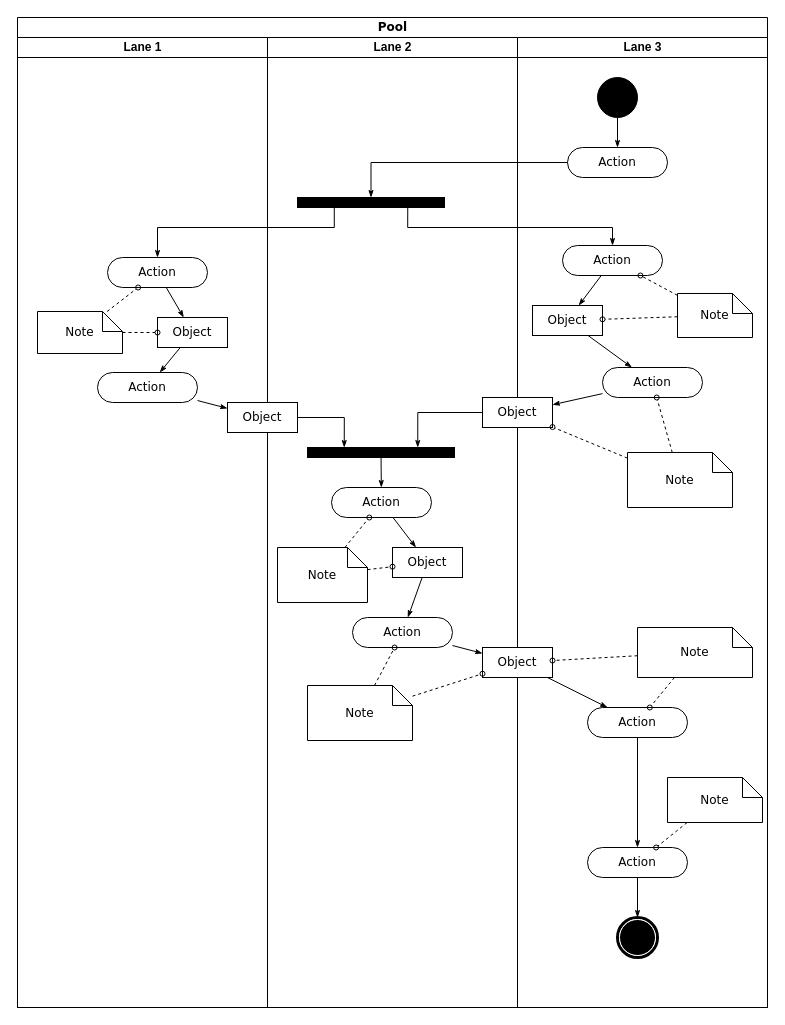
This is Untitled Diagram.drawio from davidkirchknopf/dawinD, a draw.io file, before an edit. Source tidied: cells renumbered, new cells numbered last; positions are measured from the earlier drawing's top-left corner, leaving out a move shared by most shapes. Both pictures are drawn from the tidied source at 100%, with x=0, y=0 at pixel (17, 17).
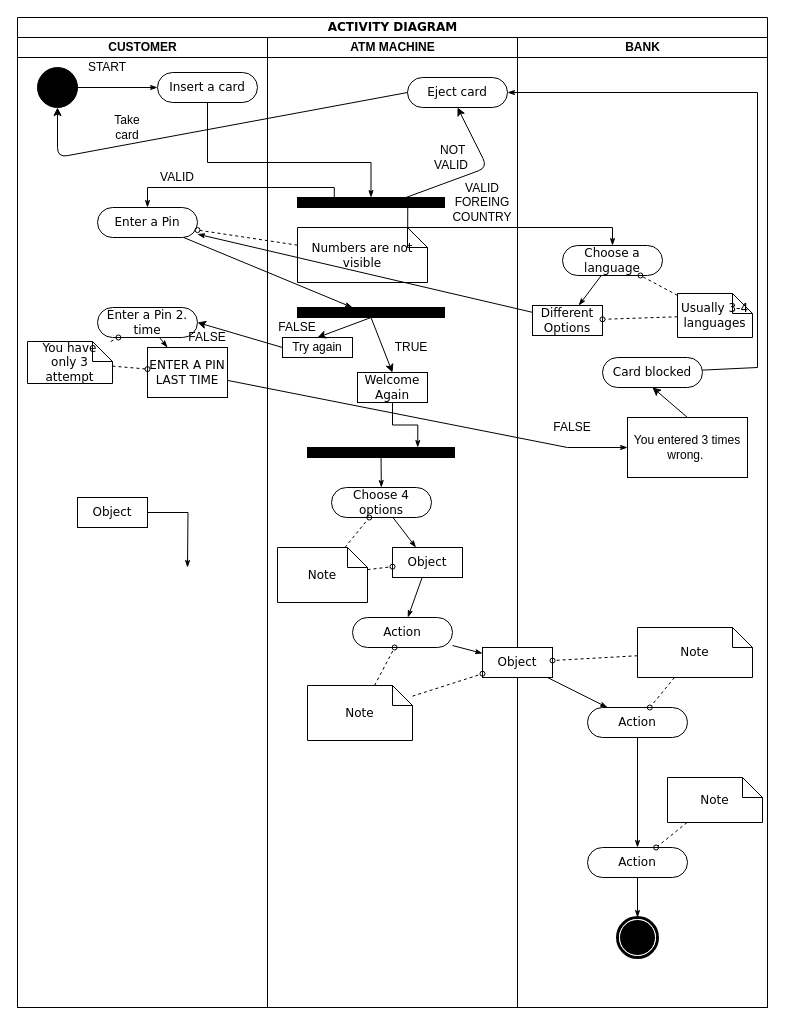
After the change.

The change refers to these unchanged cells:
```xml
<mxCell id="13" style="whiteSpace=wrap;html=1;rounded=0;shadow=0;comic=0;labelBackgroundColor=none;strokeWidth=1;fillColor=#000000;fontFamily=Verdana;fontSize=12;align=center;rotation=0;" parent="12" vertex="1">
  <mxGeometry x="30" y="160" width="147" height="10" as="geometry" />
</mxCell>
<mxCell id="17" style="whiteSpace=wrap;html=1;rounded=0;shadow=0;comic=0;labelBackgroundColor=none;strokeWidth=1;fillColor=#000000;fontFamily=Verdana;fontSize=12;align=center;rotation=0;" parent="12" vertex="1">
  <mxGeometry x="40" y="410" width="147" height="10" as="geometry" />
</mxCell>
```

Change to the diagram source:
```diff
@@
-    <mxCell id="2" value="Pool" style="swimlane;html=1;startSize=20;rounded=0;shadow=0;comic=0;labelBackgroundColor=none;strokeWidth=1;fontFamily=Verdana;fontSize=12;align=center;" parent="1" vertex="1">
+    <mxCell id="2" value="ACTIVITY DIAGRAM" style="swimlane;html=1;startSize=20;rounded=0;shadow=0;comic=0;labelBackgroundColor=none;strokeWidth=1;fontFamily=Verdana;fontSize=12;align=center;" parent="1" vertex="1">
       <mxGeometry width="750" height="990" as="geometry" />
     </mxCell>
-    <mxCell id="3" value="Lane 1" style="swimlane;html=1;startSize=20;" parent="2" vertex="1">
+    <mxCell id="3" value="CUSTOMER" style="swimlane;html=1;startSize=20;" parent="2" vertex="1">
       <mxGeometry y="20" width="250" height="970" as="geometry" />
     </mxCell>
@@
-    <mxCell id="5" value="Action" style="rounded=1;whiteSpace=wrap;html=1;shadow=0;comic=0;labelBackgroundColor=none;strokeWidth=1;fontFamily=Verdana;fontSize=12;align=center;arcSize=50;" parent="3" vertex="1">
-      <mxGeometry x="90" y="220" width="100" height="30" as="geometry" />
+    <mxCell id="5" value="Enter a Pin 2. time" style="rounded=1;whiteSpace=wrap;html=1;shadow=0;comic=0;labelBackgroundColor=none;strokeWidth=1;fontFamily=Verdana;fontSize=12;align=center;arcSize=50;" parent="3" vertex="1">
+      <mxGeometry x="80" y="270" width="100" height="30" as="geometry" />
     </mxCell>
-    <mxCell id="6" value="Action" style="rounded=1;whiteSpace=wrap;html=1;shadow=0;comic=0;labelBackgroundColor=none;strokeWidth=1;fontFamily=Verdana;fontSize=12;align=center;arcSize=50;" parent="3" vertex="1">
-      <mxGeometry x="80" y="335" width="100" height="30" as="geometry" />
-    </mxCell>
-    <mxCell id="7" style="edgeStyle=none;rounded=0;html=1;labelBackgroundColor=none;startArrow=none;startFill=0;startSize=5;endArrow=classicThin;endFill=1;endSize=5;jettySize=auto;strokeWidth=1;fontFamily=Verdana;fontSize=12;" parent="3" edge="1" source="8" target="6">
-      <mxGeometry relative="1" as="geometry" />
-    </mxCell>
-    <mxCell id="8" value="Object" style="rounded=0;whiteSpace=wrap;html=1;shadow=0;comic=0;labelBackgroundColor=none;strokeWidth=1;fontFamily=Verdana;fontSize=12;align=center;arcSize=50;" parent="3" vertex="1">
-      <mxGeometry x="140" y="280" width="70" height="30" as="geometry" />
+    <mxCell id="8" value="ENTER A PIN LAST TIME" style="rounded=0;whiteSpace=wrap;html=1;shadow=0;comic=0;labelBackgroundColor=none;strokeWidth=1;fontFamily=Verdana;fontSize=12;align=center;arcSize=50;" parent="3" vertex="1">
+      <mxGeometry x="130" y="310" width="80" height="50" as="geometry" />
     </mxCell>
@@
-    <mxCell id="11" value="Note" style="shape=note;whiteSpace=wrap;html=1;rounded=0;shadow=0;comic=0;labelBackgroundColor=none;strokeWidth=1;fontFamily=Verdana;fontSize=12;align=center;size=20;" parent="3" vertex="1">
-      <mxGeometry x="20" y="274" width="85" height="42" as="geometry" />
+    <mxCell id="11" value="You have only 3 attempt" style="shape=note;whiteSpace=wrap;html=1;rounded=0;shadow=0;comic=0;labelBackgroundColor=none;strokeWidth=1;fontFamily=Verdana;fontSize=12;align=center;size=20;" parent="3" vertex="1">
+      <mxGeometry x="10" y="304" width="85" height="42" as="geometry" />
     </mxCell>
+    <mxCell id="30" style="ellipse;whiteSpace=wrap;html=1;rounded=0;shadow=0;comic=0;labelBackgroundColor=none;strokeWidth=1;fillColor=#000000;fontFamily=Verdana;fontSize=12;align=center;" parent="3" vertex="1">
+      <mxGeometry x="20" y="30" width="40" height="40" as="geometry" />
+    </mxCell>
+    <mxCell id="31" value="Insert a card" style="rounded=1;whiteSpace=wrap;html=1;shadow=0;comic=0;labelBackgroundColor=none;strokeWidth=1;fontFamily=Verdana;fontSize=12;align=center;arcSize=50;" parent="3" vertex="1">
+      <mxGeometry x="140" y="35" width="100" height="30" as="geometry" />
+    </mxCell>
+    <mxCell id="29" style="edgeStyle=orthogonalEdgeStyle;rounded=0;html=1;labelBackgroundColor=none;startArrow=none;startFill=0;startSize=5;endArrow=classicThin;endFill=1;endSize=5;jettySize=auto;strokeWidth=1;fontFamily=Verdana;fontSize=12;" parent="3" edge="1" source="30" target="31">
+      <mxGeometry relative="1" as="geometry" />
+    </mxCell>
+    <mxCell id="64" value="Take card" style="text;html=1;strokeColor=none;fillColor=none;align=center;verticalAlign=middle;whiteSpace=wrap;rounded=0;" parent="3" vertex="1">
+      <mxGeometry x="90" y="80" width="40" height="20" as="geometry" />
+    </mxCell>
+    <mxCell id="35" value="Enter a Pin" style="rounded=1;whiteSpace=wrap;html=1;shadow=0;comic=0;labelBackgroundColor=none;strokeWidth=1;fontFamily=Verdana;fontSize=12;align=center;arcSize=50;" parent="3" vertex="1">
+      <mxGeometry x="80" y="170" width="100" height="30" as="geometry" />
+    </mxCell>
+    <mxCell id="65" value="VALID" style="text;html=1;strokeColor=none;fillColor=none;align=center;verticalAlign=middle;whiteSpace=wrap;rounded=0;" parent="3" vertex="1">
+      <mxGeometry x="140" y="130" width="40" height="20" as="geometry" />
+    </mxCell>
+    <mxCell id="66" value="FALSE" style="text;html=1;strokeColor=none;fillColor=none;align=center;verticalAlign=middle;whiteSpace=wrap;rounded=0;" parent="3" vertex="1">
+      <mxGeometry x="170" y="290" width="40" height="20" as="geometry" />
+    </mxCell>
+    <mxCell id="67" value="START" style="text;html=1;strokeColor=none;fillColor=none;align=center;verticalAlign=middle;whiteSpace=wrap;rounded=0;" parent="3" vertex="1">
+      <mxGeometry x="70" y="20" width="40" height="20" as="geometry" />
+    </mxCell>
+    <mxCell id="19" value="Object" style="rounded=0;whiteSpace=wrap;html=1;shadow=0;comic=0;labelBackgroundColor=none;strokeWidth=1;fontFamily=Verdana;fontSize=12;align=center;arcSize=50;" parent="3" vertex="1">
+      <mxGeometry x="60" y="460" width="70" height="30" as="geometry" />
+    </mxCell>
-    <mxCell id="12" value="Lane 2" style="swimlane;html=1;startSize=20;" parent="2" vertex="1">
+    <mxCell id="12" value="ATM MACHINE" style="swimlane;html=1;startSize=20;" parent="2" vertex="1">
       <mxGeometry x="250" y="20" width="250" height="970" as="geometry" />
     </mxCell>
@@
-    <mxCell id="15" value="Action" style="rounded=1;whiteSpace=wrap;html=1;shadow=0;comic=0;labelBackgroundColor=none;strokeWidth=1;fontFamily=Verdana;fontSize=12;align=center;arcSize=50;" parent="12" vertex="1">
+    <mxCell id="15" value="Choose 4 options" style="rounded=1;whiteSpace=wrap;html=1;shadow=0;comic=0;labelBackgroundColor=none;strokeWidth=1;fontFamily=Verdana;fontSize=12;align=center;arcSize=50;" parent="12" vertex="1">
       <mxGeometry x="64" y="450" width="100" height="30" as="geometry" />
     </mxCell>
@@
-    <mxCell id="18" style="edgeStyle=orthogonalEdgeStyle;rounded=0;html=1;entryX=0.25;entryY=0;labelBackgroundColor=none;startArrow=none;startFill=0;startSize=5;endArrow=classicThin;endFill=1;endSize=5;jettySize=auto;strokeWidth=1;fontFamily=Verdana;fontSize=12;" parent="12" edge="1" source="19" target="17">
-      <mxGeometry relative="1" as="geometry" />
-    </mxCell>
-    <mxCell id="19" value="Object" style="rounded=0;whiteSpace=wrap;html=1;shadow=0;comic=0;labelBackgroundColor=none;strokeWidth=1;fontFamily=Verdana;fontSize=12;align=center;arcSize=50;" parent="12" vertex="1">
-      <mxGeometry x="-40" y="365" width="70" height="30" as="geometry" />
-    </mxCell>
@@
+    <mxCell id="68" value="&amp;nbsp;NOT VALID" style="text;html=1;strokeColor=none;fillColor=none;align=center;verticalAlign=middle;whiteSpace=wrap;rounded=0;" parent="12" vertex="1">
+      <mxGeometry x="164" y="110" width="40" height="20" as="geometry" />
+    </mxCell>
+    <mxCell id="69" value="Eject card" style="rounded=1;whiteSpace=wrap;html=1;shadow=0;comic=0;labelBackgroundColor=none;strokeWidth=1;fontFamily=Verdana;fontSize=12;align=center;arcSize=50;" parent="12" vertex="1">
+      <mxGeometry x="140" y="40" width="100" height="30" as="geometry" />
+    </mxCell>
+    <mxCell id="70" style="endArrow=classic;html=1;entryX=0.5;entryY=1;entryDx=0;entryDy=0;exitX=0.701;exitY=0.2;exitDx=0;exitDy=0;exitPerimeter=0;" parent="12" edge="1" source="13" target="69">
+      <mxGeometry relative="1" as="geometry">
+        <Array as="points">
+          <mxPoint x="220" y="130" />
+        </Array>
+      </mxGeometry>
+    </mxCell>
+    <mxCell id="71" value="VALID FOREING COUNTRY" style="text;html=1;strokeColor=none;fillColor=none;align=center;verticalAlign=middle;whiteSpace=wrap;rounded=0;" parent="12" vertex="1">
+      <mxGeometry x="195" y="155" width="40" height="20" as="geometry" />
+    </mxCell>
+    <mxCell id="38" value="Welcome Again" style="rounded=0;whiteSpace=wrap;html=1;shadow=0;comic=0;labelBackgroundColor=none;strokeWidth=1;fontFamily=Verdana;fontSize=12;align=center;arcSize=50;" parent="12" vertex="1">
+      <mxGeometry x="90" y="335" width="70" height="30" as="geometry" />
+    </mxCell>
+    <mxCell id="60" style="edgeStyle=orthogonalEdgeStyle;rounded=0;html=1;entryX=0.75;entryY=0;labelBackgroundColor=none;startArrow=none;startFill=0;startSize=5;endArrow=classicThin;endFill=1;endSize=5;jettySize=auto;strokeWidth=1;fontFamily=Verdana;fontSize=12;" parent="12" edge="1" source="38" target="17">
+      <mxGeometry relative="1" as="geometry" />
+    </mxCell>
+    <mxCell id="51" value="Numbers are not visible" style="shape=note;whiteSpace=wrap;html=1;rounded=0;shadow=0;comic=0;labelBackgroundColor=none;strokeWidth=1;fontFamily=Verdana;fontSize=12;align=center;size=20;" parent="12" vertex="1">
+      <mxGeometry x="30" y="190" width="130" height="55" as="geometry" />
+    </mxCell>
+    <mxCell id="72" style="whiteSpace=wrap;html=1;rounded=0;shadow=0;comic=0;labelBackgroundColor=none;strokeWidth=1;fillColor=#000000;fontFamily=Verdana;fontSize=12;align=center;rotation=0;" parent="12" vertex="1">
+      <mxGeometry x="30" y="270" width="147" height="10" as="geometry" />
+    </mxCell>
+    <mxCell id="73" value="Try again" style="rounded=0;whiteSpace=wrap;html=1;" parent="12" vertex="1">
+      <mxGeometry x="15" y="300" width="70" height="20" as="geometry" />
+    </mxCell>
+    <mxCell id="74" style="endArrow=classic;html=1;exitX=0.5;exitY=1;exitDx=0;exitDy=0;entryX=0.5;entryY=0;entryDx=0;entryDy=0;" parent="12" edge="1" source="72" target="73">
+      <mxGeometry relative="1" as="geometry" />
+    </mxCell>
+    <mxCell id="75" value="FALSE" style="text;html=1;strokeColor=none;fillColor=none;align=center;verticalAlign=middle;whiteSpace=wrap;rounded=0;" parent="12" vertex="1">
+      <mxGeometry x="10" y="280" width="40" height="20" as="geometry" />
+    </mxCell>
+    <mxCell id="76" style="endArrow=classic;html=1;exitX=0.5;exitY=1;exitDx=0;exitDy=0;entryX=0.5;entryY=0;entryDx=0;entryDy=0;" parent="12" edge="1" source="72" target="38">
+      <mxGeometry relative="1" as="geometry" />
+    </mxCell>
+    <mxCell id="77" value="TRUE" style="text;html=1;strokeColor=none;fillColor=none;align=center;verticalAlign=middle;whiteSpace=wrap;rounded=0;" parent="12" vertex="1">
+      <mxGeometry x="124" y="300" width="40" height="20" as="geometry" />
+    </mxCell>
-    <mxCell id="28" value="Lane 3" style="swimlane;html=1;startSize=20;" parent="2" vertex="1">
+    <mxCell id="28" value="BANK" style="swimlane;html=1;startSize=20;" parent="2" vertex="1">
       <mxGeometry x="500" y="20" width="250" height="970" as="geometry" />
     </mxCell>
-    <mxCell id="29" style="edgeStyle=orthogonalEdgeStyle;rounded=0;html=1;labelBackgroundColor=none;startArrow=none;startFill=0;startSize=5;endArrow=classicThin;endFill=1;endSize=5;jettySize=auto;strokeWidth=1;fontFamily=Verdana;fontSize=12;" parent="28" edge="1" source="30" target="31">
-      <mxGeometry relative="1" as="geometry" />
-    </mxCell>
-    <mxCell id="30" style="ellipse;whiteSpace=wrap;html=1;rounded=0;shadow=0;comic=0;labelBackgroundColor=none;strokeWidth=1;fillColor=#000000;fontFamily=Verdana;fontSize=12;align=center;" parent="28" vertex="1">
-      <mxGeometry x="80" y="40" width="40" height="40" as="geometry" />
-    </mxCell>
-    <mxCell id="31" value="Action" style="rounded=1;whiteSpace=wrap;html=1;shadow=0;comic=0;labelBackgroundColor=none;strokeWidth=1;fontFamily=Verdana;fontSize=12;align=center;arcSize=50;" parent="28" vertex="1">
-      <mxGeometry x="50" y="110" width="100" height="30" as="geometry" />
-    </mxCell>
@@
-    <mxCell id="33" value="Action" style="rounded=1;whiteSpace=wrap;html=1;shadow=0;comic=0;labelBackgroundColor=none;strokeWidth=1;fontFamily=Verdana;fontSize=12;align=center;arcSize=50;" parent="28" vertex="1">
+    <mxCell id="33" value="Choose a language" style="rounded=1;whiteSpace=wrap;html=1;shadow=0;comic=0;labelBackgroundColor=none;strokeWidth=1;fontFamily=Verdana;fontSize=12;align=center;arcSize=50;" parent="28" vertex="1">
       <mxGeometry x="45" y="208" width="100" height="30" as="geometry" />
     </mxCell>
-    <mxCell id="34" style="edgeStyle=none;rounded=0;html=1;labelBackgroundColor=none;startArrow=none;startFill=0;startSize=5;endArrow=classicThin;endFill=1;endSize=5;jettySize=auto;strokeWidth=1;fontFamily=Verdana;fontSize=12;" parent="28" edge="1" source="35" target="38">
-      <mxGeometry relative="1" as="geometry" />
-    </mxCell>
-    <mxCell id="35" value="Action" style="rounded=1;whiteSpace=wrap;html=1;shadow=0;comic=0;labelBackgroundColor=none;strokeWidth=1;fontFamily=Verdana;fontSize=12;align=center;arcSize=50;" parent="28" vertex="1">
-      <mxGeometry x="85" y="330" width="100" height="30" as="geometry" />
-    </mxCell>
-    <mxCell id="36" style="edgeStyle=none;rounded=0;html=1;labelBackgroundColor=none;startArrow=none;startFill=0;startSize=5;endArrow=classicThin;endFill=1;endSize=5;jettySize=auto;strokeWidth=1;fontFamily=Verdana;fontSize=12;" parent="28" edge="1" source="37" target="35">
-      <mxGeometry relative="1" as="geometry" />
-    </mxCell>
-    <mxCell id="37" value="Object" style="rounded=0;whiteSpace=wrap;html=1;shadow=0;comic=0;labelBackgroundColor=none;strokeWidth=1;fontFamily=Verdana;fontSize=12;align=center;arcSize=50;" parent="28" vertex="1">
+    <mxCell id="37" value="Different Options" style="rounded=0;whiteSpace=wrap;html=1;shadow=0;comic=0;labelBackgroundColor=none;strokeWidth=1;fontFamily=Verdana;fontSize=12;align=center;arcSize=50;" parent="28" vertex="1">
       <mxGeometry x="15" y="268" width="70" height="30" as="geometry" />
     </mxCell>
-    <mxCell id="38" value="Object" style="rounded=0;whiteSpace=wrap;html=1;shadow=0;comic=0;labelBackgroundColor=none;strokeWidth=1;fontFamily=Verdana;fontSize=12;align=center;arcSize=50;" parent="28" vertex="1">
-      <mxGeometry x="-35" y="360" width="70" height="30" as="geometry" />
-    </mxCell>
@@
-    <mxCell id="48" value="Note" style="shape=note;whiteSpace=wrap;html=1;rounded=0;shadow=0;comic=0;labelBackgroundColor=none;strokeWidth=1;fontFamily=Verdana;fontSize=12;align=center;size=20;" parent="28" vertex="1">
+    <mxCell id="48" value="Usually 3-4 languages" style="shape=note;whiteSpace=wrap;html=1;rounded=0;shadow=0;comic=0;labelBackgroundColor=none;strokeWidth=1;fontFamily=Verdana;fontSize=12;align=center;size=20;" parent="28" vertex="1">
       <mxGeometry x="160" y="256" width="75" height="44" as="geometry" />
     </mxCell>
-    <mxCell id="49" style="edgeStyle=none;rounded=0;html=1;dashed=1;labelBackgroundColor=none;startArrow=none;startFill=0;startSize=5;endArrow=oval;endFill=0;endSize=5;jettySize=auto;strokeWidth=1;fontFamily=Verdana;fontSize=12;" parent="28" edge="1" source="51" target="35">
-      <mxGeometry relative="1" as="geometry" />
-    </mxCell>
-    <mxCell id="50" style="edgeStyle=none;rounded=0;html=1;dashed=1;labelBackgroundColor=none;startArrow=none;startFill=0;startSize=5;endArrow=oval;endFill=0;endSize=5;jettySize=auto;strokeWidth=1;fontFamily=Verdana;fontSize=12;" parent="28" edge="1" source="51" target="38">
-      <mxGeometry relative="1" as="geometry" />
-    </mxCell>
-    <mxCell id="51" value="Note" style="shape=note;whiteSpace=wrap;html=1;rounded=0;shadow=0;comic=0;labelBackgroundColor=none;strokeWidth=1;fontFamily=Verdana;fontSize=12;align=center;size=20;" parent="28" vertex="1">
-      <mxGeometry x="110" y="415" width="105" height="55" as="geometry" />
-    </mxCell>
@@
+    <mxCell id="6" value="Card blocked" style="rounded=1;whiteSpace=wrap;html=1;shadow=0;comic=0;labelBackgroundColor=none;strokeWidth=1;fontFamily=Verdana;fontSize=12;align=center;arcSize=50;" parent="28" vertex="1">
+      <mxGeometry x="85" y="320" width="100" height="30" as="geometry" />
+    </mxCell>
+    <mxCell id="78" value="You entered 3 times wrong.&amp;nbsp;" style="rounded=0;whiteSpace=wrap;html=1;" parent="28" vertex="1">
+      <mxGeometry x="110" y="380" width="120" height="60" as="geometry" />
+    </mxCell>
+    <mxCell id="79" style="endArrow=classic;html=1;exitX=0.5;exitY=0;exitDx=0;exitDy=0;entryX=0.5;entryY=1;entryDx=0;entryDy=0;" parent="28" edge="1" source="78" target="6">
+      <mxGeometry relative="1" as="geometry" />
+    </mxCell>
+    <mxCell id="80" value="FALSE" style="text;html=1;strokeColor=none;fillColor=none;align=center;verticalAlign=middle;whiteSpace=wrap;rounded=0;" parent="28" vertex="1">
+      <mxGeometry x="35" y="380" width="40" height="20" as="geometry" />
+    </mxCell>
@@
-    <mxCell id="59" style="edgeStyle=orthogonalEdgeStyle;rounded=0;html=1;exitX=0.25;exitY=1;entryX=0.5;entryY=0;labelBackgroundColor=none;startArrow=none;startFill=0;startSize=5;endArrow=classicThin;endFill=1;endSize=5;jettySize=auto;strokeWidth=1;fontFamily=Verdana;fontSize=12;" parent="2" edge="1" source="13" target="5">
-      <mxGeometry relative="1" as="geometry">
-        <Array as="points">
-          <mxPoint x="317" y="210" />
-          <mxPoint x="140" y="210" />
-        </Array>
-      </mxGeometry>
-    </mxCell>
-    <mxCell id="60" style="edgeStyle=orthogonalEdgeStyle;rounded=0;html=1;entryX=0.75;entryY=0;labelBackgroundColor=none;startArrow=none;startFill=0;startSize=5;endArrow=classicThin;endFill=1;endSize=5;jettySize=auto;strokeWidth=1;fontFamily=Verdana;fontSize=12;" parent="2" edge="1" source="38" target="17">
-      <mxGeometry relative="1" as="geometry" />
-    </mxCell>
-    <mxCell id="61" style="edgeStyle=none;rounded=0;html=1;labelBackgroundColor=none;startArrow=none;startFill=0;startSize=5;endArrow=classicThin;endFill=1;endSize=5;jettySize=auto;strokeWidth=1;fontFamily=Verdana;fontSize=12;" parent="2" edge="1" source="6" target="19">
-      <mxGeometry relative="1" as="geometry" />
+    <mxCell id="61" style="edgeStyle=none;rounded=0;html=1;labelBackgroundColor=none;startArrow=none;startFill=0;startSize=5;endArrow=classicThin;endFill=1;endSize=5;jettySize=auto;strokeWidth=1;fontFamily=Verdana;fontSize=12;entryX=1;entryY=0.5;entryDx=0;entryDy=0;" parent="2" edge="1" source="6" target="69">
+      <mxGeometry relative="1" as="geometry">
+        <Array as="points">
+          <mxPoint x="740" y="350" />
+          <mxPoint x="740" y="75" />
+        </Array>
+      </mxGeometry>
     </mxCell>
@@
+    <mxCell id="81" style="endArrow=classic;html=1;entryX=0.5;entryY=1;entryDx=0;entryDy=0;" parent="2" edge="1" target="30">
+      <mxGeometry relative="1" as="geometry">
+        <mxPoint x="390" y="75" as="sourcePoint" />
+        <Array as="points">
+          <mxPoint x="40" y="140" />
+        </Array>
+      </mxGeometry>
+    </mxCell>
+    <mxCell id="36" style="edgeStyle=none;rounded=0;html=1;labelBackgroundColor=none;startArrow=none;startFill=0;startSize=5;endArrow=classicThin;endFill=1;endSize=5;jettySize=auto;strokeWidth=1;fontFamily=Verdana;fontSize=12;" parent="2" edge="1" source="37" target="35">
+      <mxGeometry relative="1" as="geometry" />
+    </mxCell>
+    <mxCell id="49" style="edgeStyle=none;rounded=0;html=1;dashed=1;labelBackgroundColor=none;startArrow=none;startFill=0;startSize=5;endArrow=oval;endFill=0;endSize=5;jettySize=auto;strokeWidth=1;fontFamily=Verdana;fontSize=12;" parent="2" edge="1" source="51" target="35">
+      <mxGeometry relative="1" as="geometry" />
+    </mxCell>
+    <mxCell id="59" style="edgeStyle=orthogonalEdgeStyle;rounded=0;html=1;exitX=0.25;exitY=1;labelBackgroundColor=none;startArrow=none;startFill=0;startSize=5;endArrow=classicThin;endFill=1;endSize=5;jettySize=auto;strokeWidth=1;fontFamily=Verdana;fontSize=12;entryX=0.5;entryY=0;entryDx=0;entryDy=0;" parent="2" edge="1" source="13" target="35">
+      <mxGeometry relative="1" as="geometry">
+        <Array as="points">
+          <mxPoint x="317" y="170" />
+          <mxPoint x="130" y="170" />
+        </Array>
+      </mxGeometry>
+    </mxCell>
+    <mxCell id="34" style="edgeStyle=none;rounded=0;html=1;labelBackgroundColor=none;startArrow=none;startFill=0;startSize=5;endArrow=classicThin;endFill=1;endSize=5;jettySize=auto;strokeWidth=1;fontFamily=Verdana;fontSize=12;" parent="2" edge="1" source="35">
+      <mxGeometry relative="1" as="geometry">
+        <mxPoint x="335" y="290" as="targetPoint" />
+      </mxGeometry>
+    </mxCell>
+    <mxCell id="82" style="endArrow=classic;html=1;exitX=0;exitY=0.5;exitDx=0;exitDy=0;entryX=1;entryY=0.5;entryDx=0;entryDy=0;" parent="2" edge="1" source="73" target="5">
+      <mxGeometry relative="1" as="geometry" />
+    </mxCell>
+    <mxCell id="7" style="edgeStyle=none;rounded=0;html=1;labelBackgroundColor=none;startArrow=none;startFill=0;startSize=5;endArrow=classicThin;endFill=1;endSize=5;jettySize=auto;strokeWidth=1;fontFamily=Verdana;fontSize=12;" parent="2" edge="1" source="8">
+      <mxGeometry relative="1" as="geometry">
+        <mxPoint x="610" y="430" as="targetPoint" />
+        <Array as="points">
+          <mxPoint x="550" y="430" />
+        </Array>
+      </mxGeometry>
+    </mxCell>
+    <mxCell id="18" style="edgeStyle=orthogonalEdgeStyle;rounded=0;html=1;labelBackgroundColor=none;startArrow=none;startFill=0;startSize=5;endArrow=classicThin;endFill=1;endSize=5;jettySize=auto;strokeWidth=1;fontFamily=Verdana;fontSize=12;" parent="2" edge="1" source="19">
+      <mxGeometry relative="1" as="geometry">
+        <mxPoint x="170" y="550" as="targetPoint" />
+      </mxGeometry>
+    </mxCell>
```
